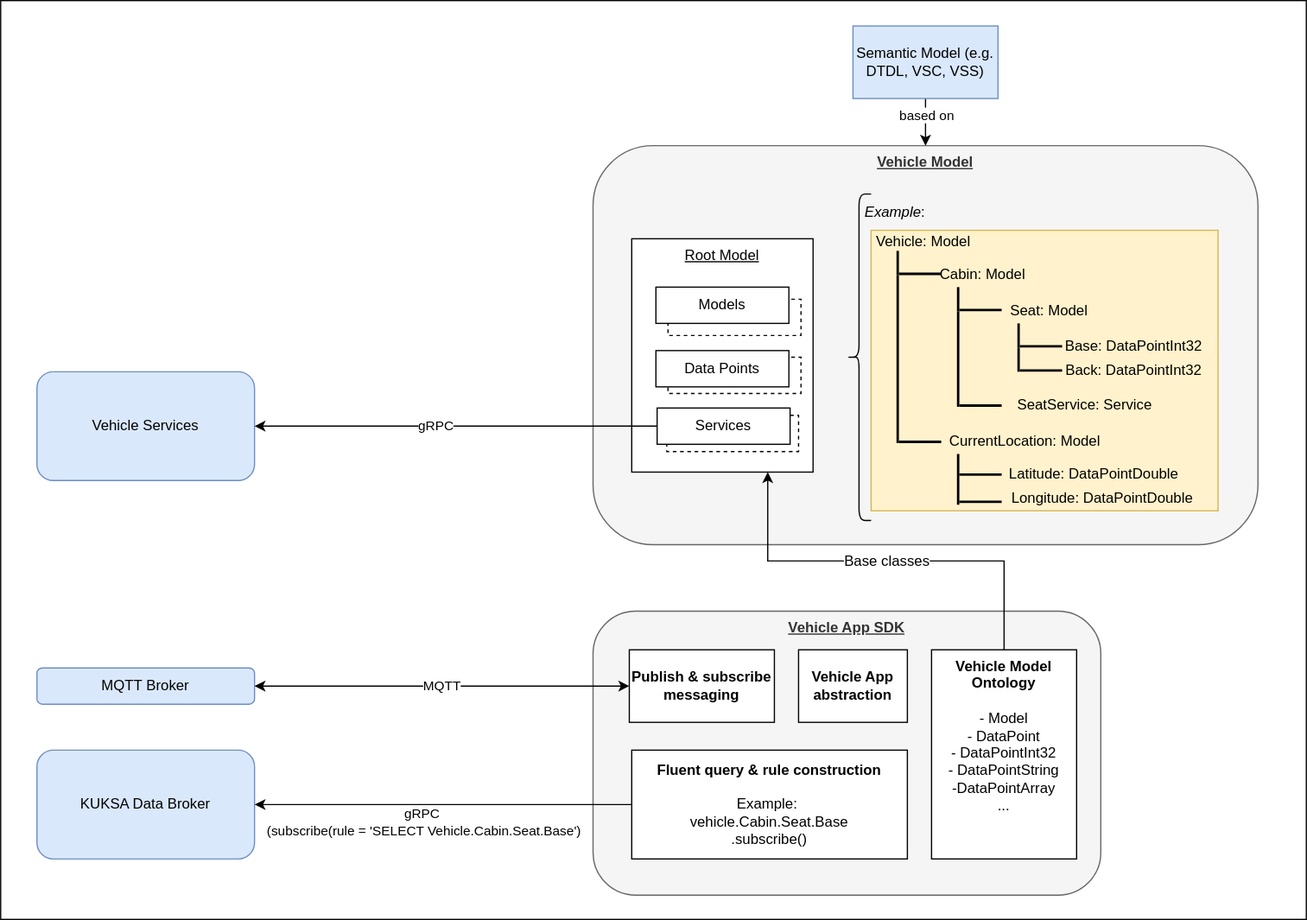
Earlier version of the draw.io export static/assets/sdk_overview.drawio.svg (eclipse-velocitas/velocitas-docs). Source tidied: cells renumbered, new cells last; positions are measured from the earlier drawing's top-left corner, leaving out a move shared by most shapes.
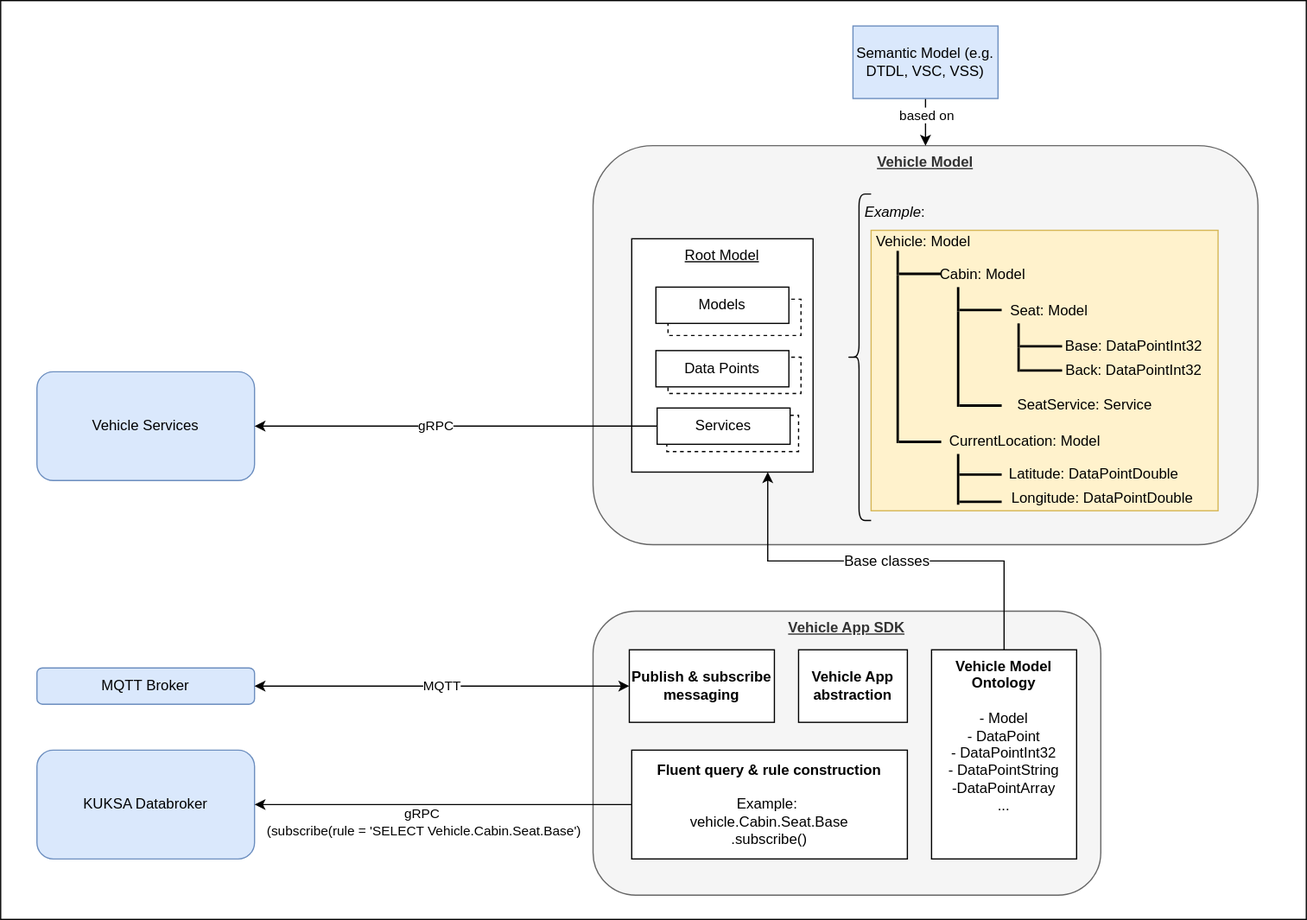
The same diagram one commit later.

What changed in the source:
```diff
@@ -20,7 +20,7 @@
     <mxCell id="7" value="Semantic Model (e.g. DTDL, VSC, VSS)" style="rounded=0;whiteSpace=wrap;html=1;fillColor=#dae8fc;strokeColor=#6c8ebf;" parent="1" vertex="1">
       <mxGeometry x="705" y="21" width="120" height="60" as="geometry" />
     </mxCell>
-    <mxCell id="8" value="KUKSA Data Broker" style="rounded=1;whiteSpace=wrap;html=1;fillColor=#dae8fc;strokeColor=#6c8ebf;" parent="1" vertex="1">
+    <mxCell id="8" value="KUKSA Databroker" style="rounded=1;whiteSpace=wrap;html=1;fillColor=#dae8fc;strokeColor=#6c8ebf;" parent="1" vertex="1">
       <mxGeometry x="30" y="620" width="180" height="90" as="geometry" />
     </mxCell>
     <mxCell id="9" value="&lt;u&gt;Root Model&lt;/u&gt;" style="rounded=0;whiteSpace=wrap;html=1;verticalAlign=top;" parent="1" vertex="1">
```
